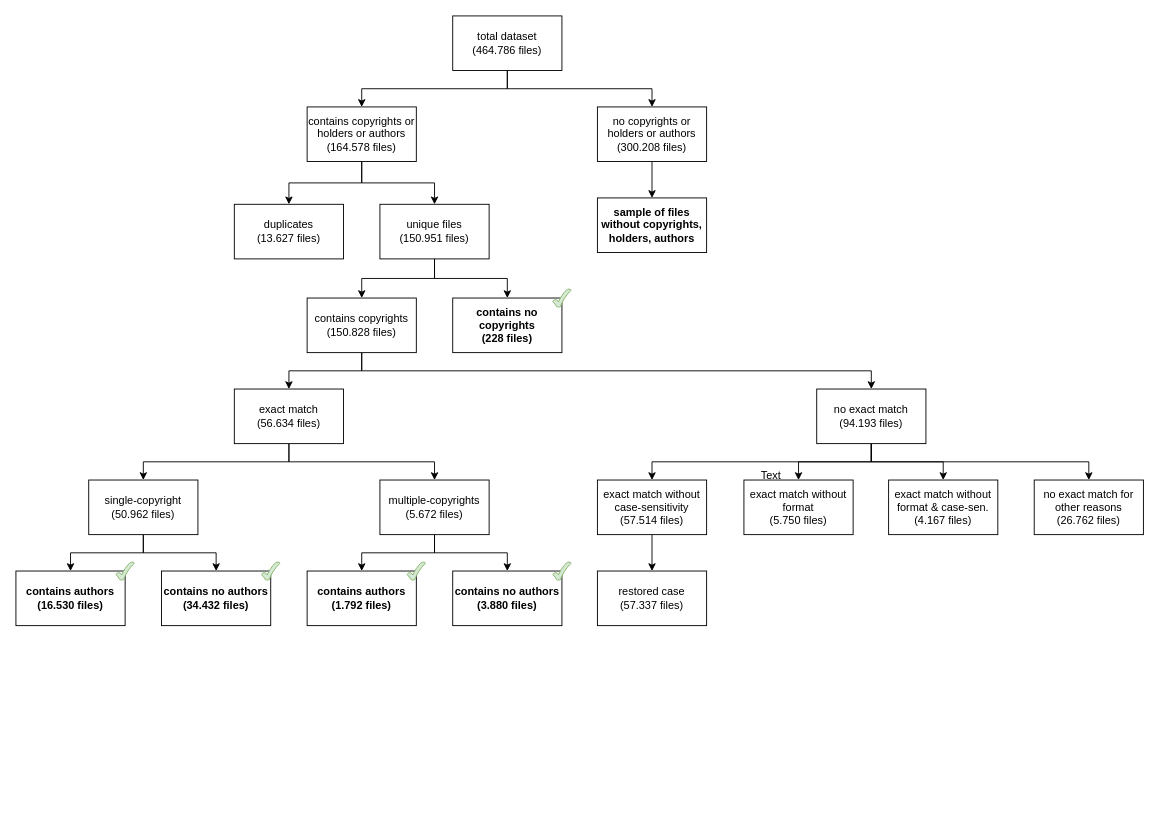
rmtrms/thm-bachelorthesis keeps this draw.io diagram as planning/dataset.drawio. Above is the earlier version. Source tidied: cells renumbered, new cells numbered last; positions are measured from the earlier drawing's top-left corner, leaving out a move shared by most shapes. Both pictures are drawn from the tidied source at 91%, with x=0, y=0 at pixel (15, 15).
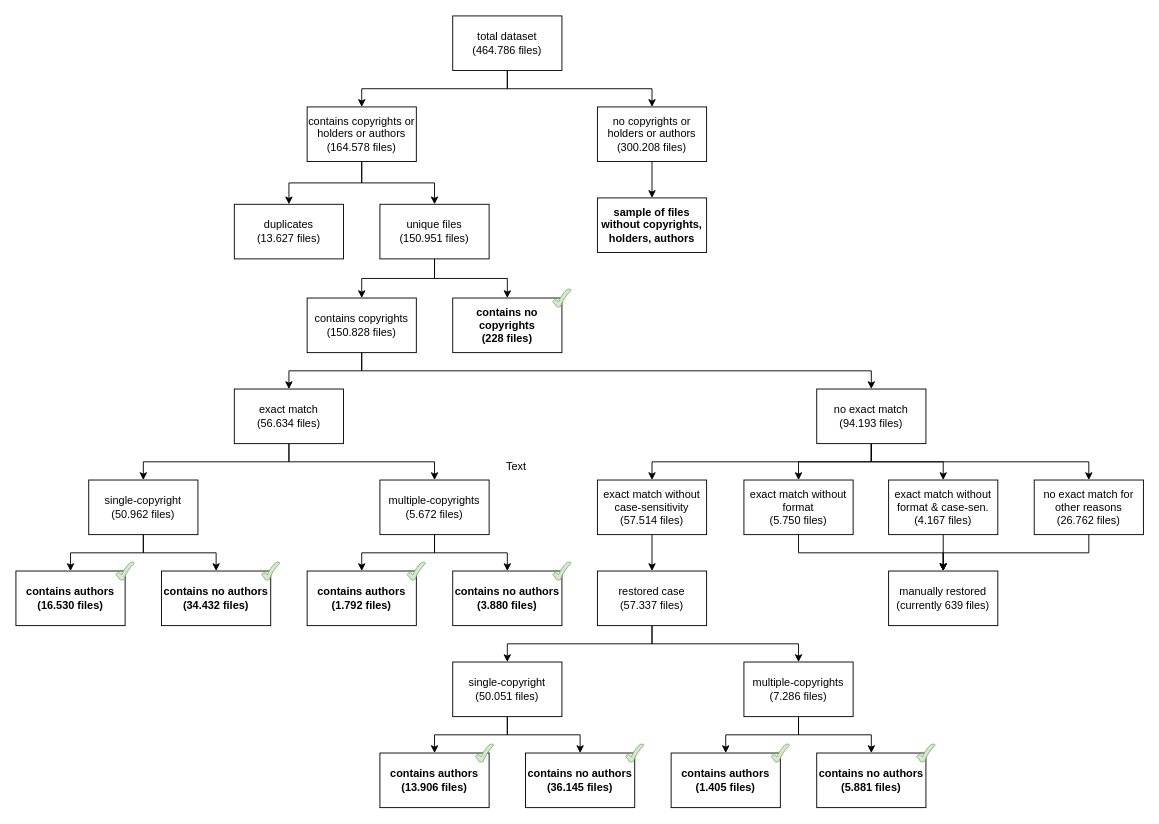
The same diagram, later.

The change refers to these unchanged cells:
```xml
<mxCell id="18" value="exact match without format&lt;div&gt;(5.750 files)&lt;/div&gt;" style="rounded=0;whiteSpace=wrap;html=1;" parent="1" vertex="1">
  <mxGeometry x="800" y="510" width="120" height="60" as="geometry" />
</mxCell>
<mxCell id="19" value="no exact match for other reasons&lt;br&gt;&lt;div&gt;(26.762 files)&lt;/div&gt;" style="rounded=0;whiteSpace=wrap;html=1;" parent="1" vertex="1">
  <mxGeometry x="1119" y="510" width="120" height="60" as="geometry" />
</mxCell>
<mxCell id="43" value="exact match without format &amp;amp; case-sen.&lt;div&gt;(4.167 files)&lt;/div&gt;" style="rounded=0;whiteSpace=wrap;html=1;" parent="1" vertex="1">
  <mxGeometry x="959" y="510" width="120" height="60" as="geometry" />
</mxCell>
<mxCell id="44" value="restored case&lt;div&gt;(57.337 files)&lt;/div&gt;" style="rounded=0;whiteSpace=wrap;html=1;" parent="1" vertex="1">
  <mxGeometry x="639" y="610" width="120" height="60" as="geometry" />
</mxCell>
```

Change to the diagram source:
```diff
@@
+    <mxCell id="49" style="edgeStyle=orthogonalEdgeStyle;rounded=0;jettySize=auto;html=1;entryX=0.5;entryY=0;entryDx=0;entryDy=0;" parent="1" edge="1" source="18" target="68">
+      <mxGeometry relative="1" as="geometry">
+        <Array as="points">
+          <mxPoint x="860" y="590" />
+          <mxPoint x="1019" y="590" />
+        </Array>
+      </mxGeometry>
+    </mxCell>
@@
+    <mxCell id="50" style="edgeStyle=orthogonalEdgeStyle;rounded=0;jettySize=auto;html=1;entryX=0.5;entryY=0;entryDx=0;entryDy=0;" parent="1" edge="1" source="19" target="68">
+      <mxGeometry relative="1" as="geometry">
+        <Array as="points">
+          <mxPoint x="1179" y="590" />
+          <mxPoint x="1019" y="590" />
+        </Array>
+      </mxGeometry>
+    </mxCell>
@@
+    <mxCell id="51" style="edgeStyle=orthogonalEdgeStyle;rounded=0;jettySize=auto;html=1;entryX=0.5;entryY=0;entryDx=0;entryDy=0;" parent="1" edge="1" source="43" target="68">
+      <mxGeometry relative="1" as="geometry" />
+    </mxCell>
@@
+    <mxCell id="52" style="edgeStyle=orthogonalEdgeStyle;rounded=0;jettySize=auto;html=1;entryX=0.5;entryY=0;entryDx=0;entryDy=0;" parent="1" edge="1" source="44" target="56">
+      <mxGeometry relative="1" as="geometry">
+        <Array as="points">
+          <mxPoint x="699" y="690" />
+          <mxPoint x="540" y="690" />
+        </Array>
+      </mxGeometry>
+    </mxCell>
+    <mxCell id="53" style="edgeStyle=orthogonalEdgeStyle;rounded=0;jettySize=auto;html=1;entryX=0.5;entryY=0;entryDx=0;entryDy=0;" parent="1" edge="1" source="44" target="59">
+      <mxGeometry relative="1" as="geometry">
+        <Array as="points">
+          <mxPoint x="699" y="690" />
+          <mxPoint x="860" y="690" />
+        </Array>
+      </mxGeometry>
+    </mxCell>
@@
+    <mxCell id="54" style="edgeStyle=orthogonalEdgeStyle;rounded=0;jettySize=auto;html=1;entryX=0.5;entryY=0;entryDx=0;entryDy=0;" parent="1" edge="1" source="56" target="64">
+      <mxGeometry relative="1" as="geometry" />
+    </mxCell>
+    <mxCell id="55" style="edgeStyle=orthogonalEdgeStyle;rounded=0;jettySize=auto;html=1;entryX=0.5;entryY=0;entryDx=0;entryDy=0;" parent="1" edge="1" source="56" target="65">
+      <mxGeometry relative="1" as="geometry" />
+    </mxCell>
+    <mxCell id="56" value="single-copyright&lt;div&gt;&lt;span style=&quot;white-space: pre;&quot;&gt;(50.051 files)&lt;/span&gt;&lt;/div&gt;" style="rounded=0;whiteSpace=wrap;html=1;" parent="1" vertex="1">
+      <mxGeometry x="480" y="710" width="120" height="60" as="geometry" />
+    </mxCell>
+    <mxCell id="57" style="edgeStyle=orthogonalEdgeStyle;rounded=0;jettySize=auto;html=1;entryX=0.5;entryY=0;entryDx=0;entryDy=0;" parent="1" edge="1" source="59" target="60">
+      <mxGeometry relative="1" as="geometry" />
+    </mxCell>
+    <mxCell id="58" style="edgeStyle=orthogonalEdgeStyle;rounded=0;jettySize=auto;html=1;" parent="1" edge="1" source="59" target="61">
+      <mxGeometry relative="1" as="geometry" />
+    </mxCell>
+    <mxCell id="59" value="multiple-copyrights&lt;div&gt;(7.286 files)&lt;/div&gt;" style="rounded=0;whiteSpace=wrap;html=1;" parent="1" vertex="1">
+      <mxGeometry x="800" y="710" width="120" height="60" as="geometry" />
+    </mxCell>
+    <mxCell id="60" value="&lt;b&gt;contains authors&lt;/b&gt;&lt;div&gt;&lt;b&gt;(1.405 files)&lt;/b&gt;&lt;/div&gt;" style="rounded=0;whiteSpace=wrap;html=1;" parent="1" vertex="1">
+      <mxGeometry x="720" y="810" width="120" height="60" as="geometry" />
+    </mxCell>
+    <mxCell id="61" value="&lt;b&gt;contains no authors&lt;/b&gt;&lt;div&gt;&lt;b&gt;(5.881 files)&lt;/b&gt;&lt;/div&gt;" style="rounded=0;whiteSpace=wrap;html=1;" parent="1" vertex="1">
+      <mxGeometry x="880" y="810" width="120" height="60" as="geometry" />
+    </mxCell>
+    <mxCell id="62" style="verticalLabelPosition=bottom;verticalAlign=top;html=1;shape=mxgraph.basic.tick;fillColor=#d5e8d4;strokeColor=#82b366;" parent="1" vertex="1">
+      <mxGeometry x="830" y="800" width="20" height="20" as="geometry" />
+    </mxCell>
+    <mxCell id="63" style="verticalLabelPosition=bottom;verticalAlign=top;html=1;shape=mxgraph.basic.tick;fillColor=#d5e8d4;strokeColor=#82b366;" parent="1" vertex="1">
+      <mxGeometry x="990" y="800" width="20" height="20" as="geometry" />
+    </mxCell>
+    <mxCell id="64" value="&lt;b&gt;contains authors&lt;/b&gt;&lt;div&gt;&lt;b&gt;(13.906 files)&lt;/b&gt;&lt;/div&gt;" style="rounded=0;whiteSpace=wrap;html=1;" parent="1" vertex="1">
+      <mxGeometry x="400" y="810" width="120" height="60" as="geometry" />
+    </mxCell>
+    <mxCell id="65" value="&lt;b&gt;contains no authors&lt;/b&gt;&lt;div&gt;&lt;b&gt;(36.145 files)&lt;/b&gt;&lt;/div&gt;" style="rounded=0;whiteSpace=wrap;html=1;" parent="1" vertex="1">
+      <mxGeometry x="560" y="810" width="120" height="60" as="geometry" />
+    </mxCell>
+    <mxCell id="66" style="verticalLabelPosition=bottom;verticalAlign=top;html=1;shape=mxgraph.basic.tick;fillColor=#d5e8d4;strokeColor=#82b366;" parent="1" vertex="1">
+      <mxGeometry x="670" y="800" width="20" height="20" as="geometry" />
+    </mxCell>
+    <mxCell id="67" style="verticalLabelPosition=bottom;verticalAlign=top;html=1;shape=mxgraph.basic.tick;fillColor=#d5e8d4;strokeColor=#82b366;" parent="1" vertex="1">
+      <mxGeometry x="505" y="800" width="20" height="20" as="geometry" />
+    </mxCell>
+    <mxCell id="68" value="manually restored&lt;br&gt;(currently 639 files)" style="rounded=0;whiteSpace=wrap;html=1;" parent="1" vertex="1">
+      <mxGeometry x="959" y="610" width="120" height="60" as="geometry" />
+    </mxCell>
     <mxCell id="48" value="Text" style="text;strokeColor=none;align=center;fillColor=none;html=1;verticalAlign=middle;whiteSpace=wrap;rounded=0;" parent="1" vertex="1">
-      <mxGeometry x="800" y="490" width="60" height="30" as="geometry" />
+      <mxGeometry x="520" y="480" width="60" height="30" as="geometry" />
     </mxCell>
```
